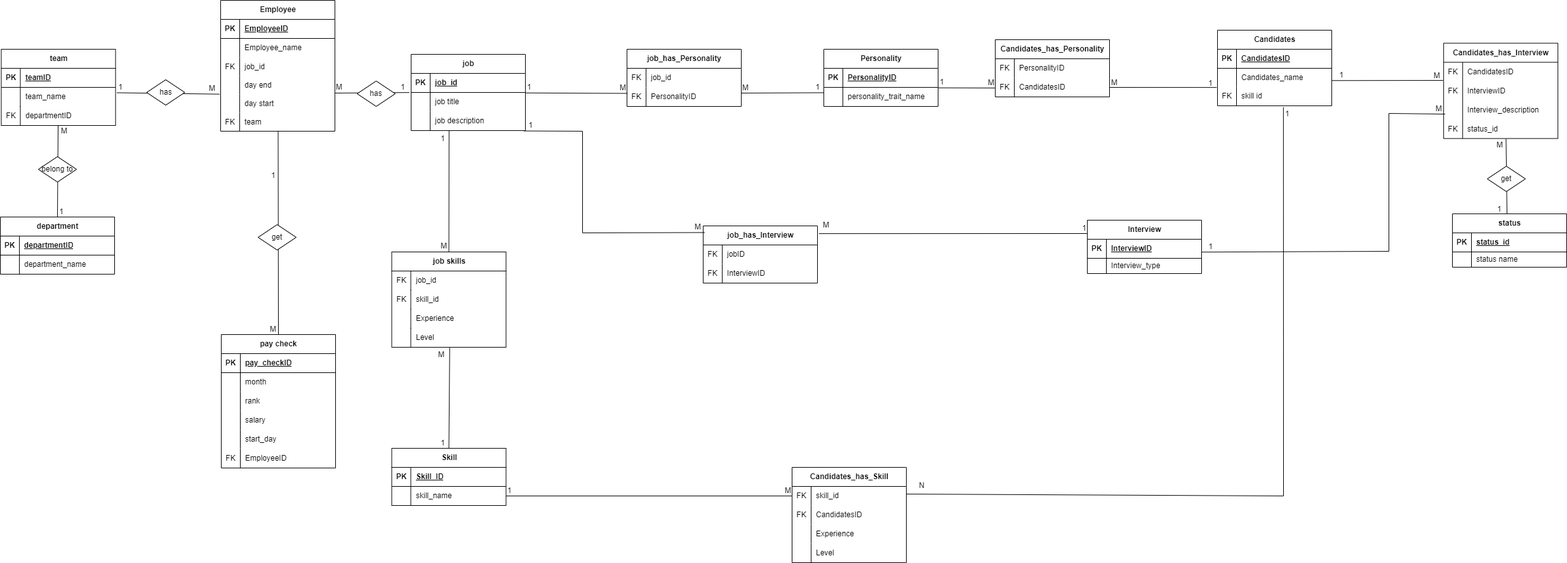
The draw.io diagram HRDiagram.drawio.png in oran950/DataBase_ERD, before a commit. Source tidied: cells renumbered, new cells last; positions are measured from the earlier drawing's top-left corner, leaving out a move shared by most shapes.
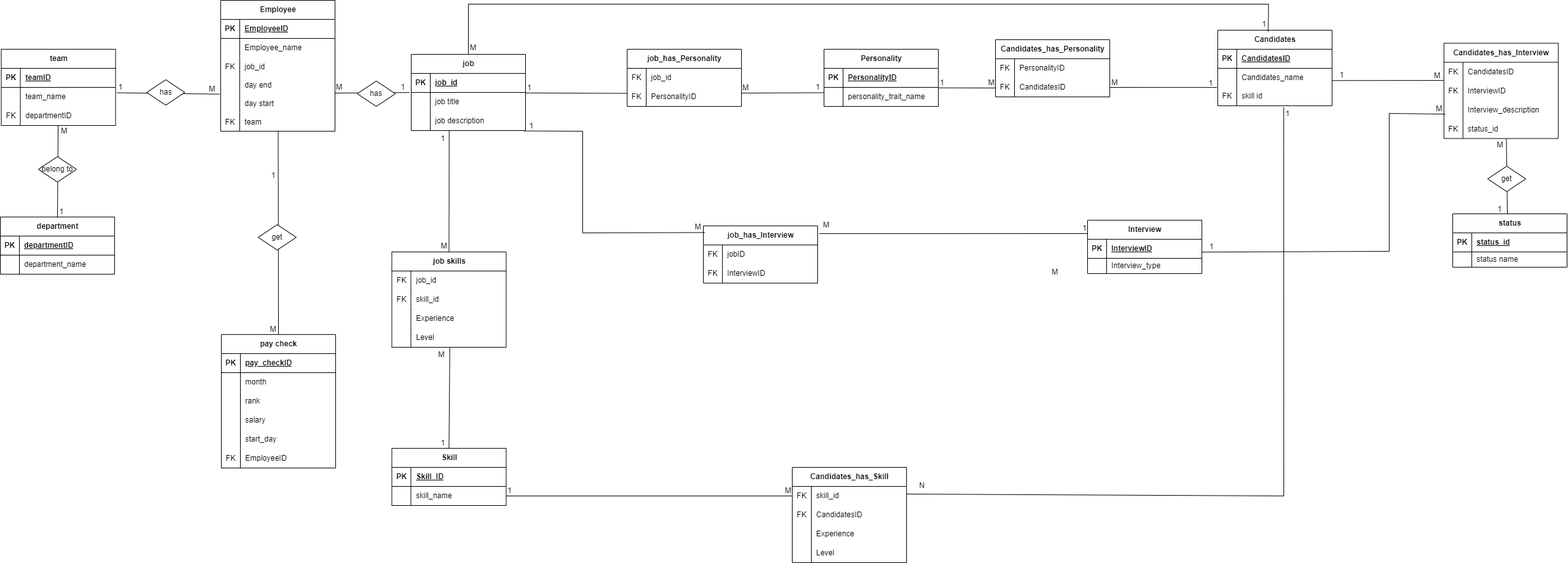
The same diagram one commit later.

Change to the diagram source:
```diff
@@ -411,7 +411,9 @@
       <mxGeometry x="-1" relative="1" as="geometry" />
     </mxCell>
     <mxCell id="126" value="M" style="html=1;whiteSpace=wrap;align=right;verticalAlign=bottom;" parent="124" vertex="1">
-      <mxGeometry x="1" relative="1" as="geometry" />
+      <mxGeometry x="1" relative="1" as="geometry">
+        <mxPoint x="679" y="290" as="offset" />
+      </mxGeometry>
     </mxCell>
     <mxCell id="127" value="Personality" style="shape=table;startSize=30;rowLines=0;fontStyle=1;align=center;html=1;" parent="1" vertex="1">
       <mxGeometry x="1297" y="77" width="180" height="90" as="geometry" />
@@ -732,5 +734,23 @@
     <mxCell id="220" value="get" style="shape=rhombus;perimeter=rhombusPerimeter;whiteSpace=wrap;html=1;align=center;" parent="1" vertex="1">
       <mxGeometry x="2342" y="261" width="60" height="40" as="geometry" />
     </mxCell>
+    <mxCell id="221" style="endArrow=none;html=1;rounded=0;exitX=0.441;exitY=0.02;exitDx=0;exitDy=0;exitPerimeter=0;entryX=0.5;entryY=0;entryDx=0;entryDy=0;" parent="1" edge="1" source="144" target="107">
+      <mxGeometry relative="1" as="geometry">
+        <Array as="points">
+          <mxPoint x="1997" y="6" />
+          <mxPoint x="737" y="6" />
+        </Array>
+      </mxGeometry>
+    </mxCell>
+    <mxCell id="222" value="1" style="html=1;whiteSpace=wrap;align=left;verticalAlign=bottom;" parent="221" vertex="1">
+      <mxGeometry x="-1" relative="1" as="geometry">
+        <mxPoint x="-11" y="-3" as="offset" />
+      </mxGeometry>
+    </mxCell>
+    <mxCell id="223" value="M" style="html=1;whiteSpace=wrap;align=right;verticalAlign=bottom;" parent="221" vertex="1">
+      <mxGeometry x="1" relative="1" as="geometry">
+        <mxPoint x="14" y="-2" as="offset" />
+      </mxGeometry>
+    </mxCell>
   </root>
 </mxGraphModel>
```
